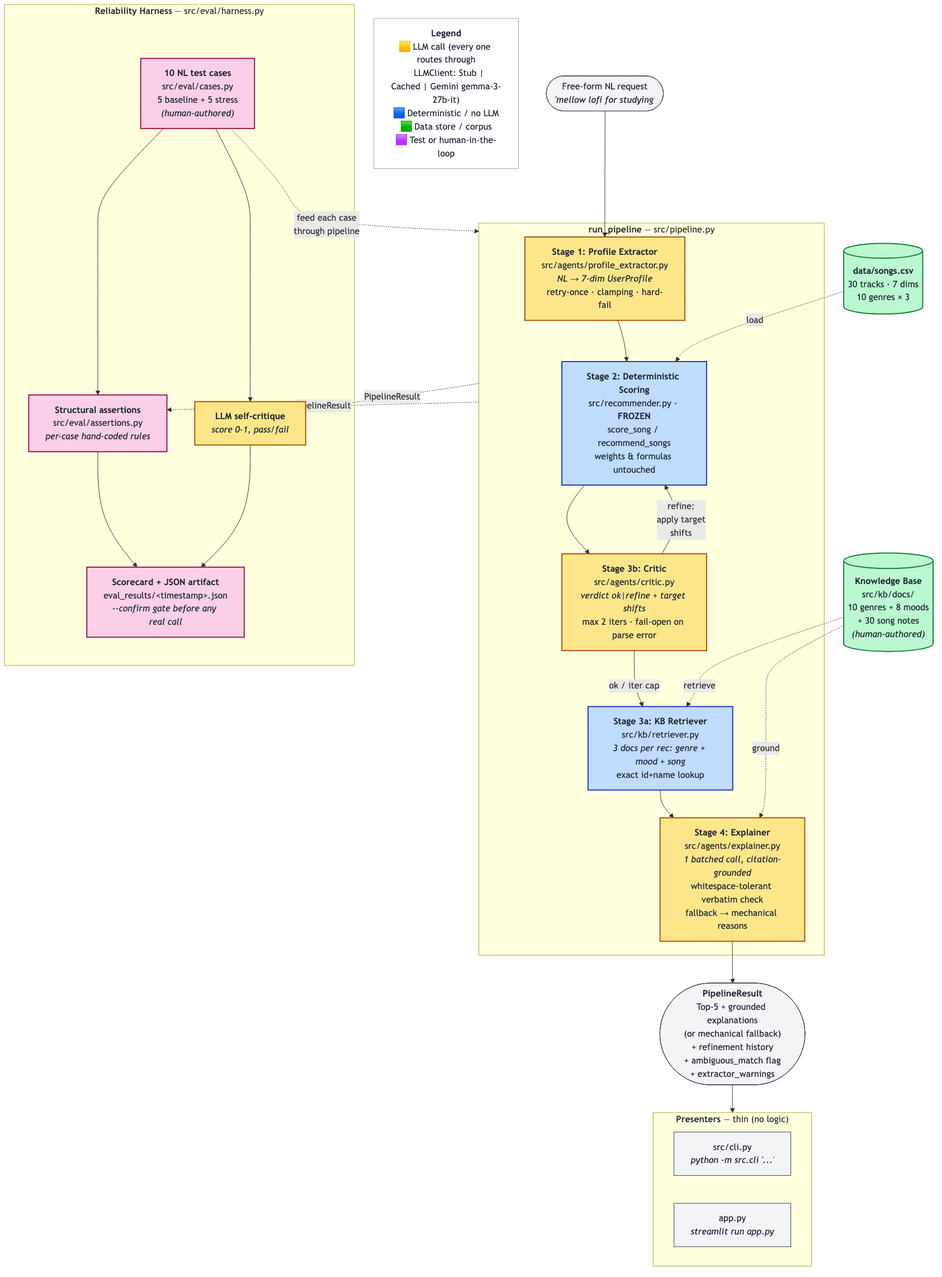
This is assets/architecture.png from codyholm/applied-ai-systems, a Mermaid export, as it was before one commit. Its source is kept beside it as assets/architecture.mmd.
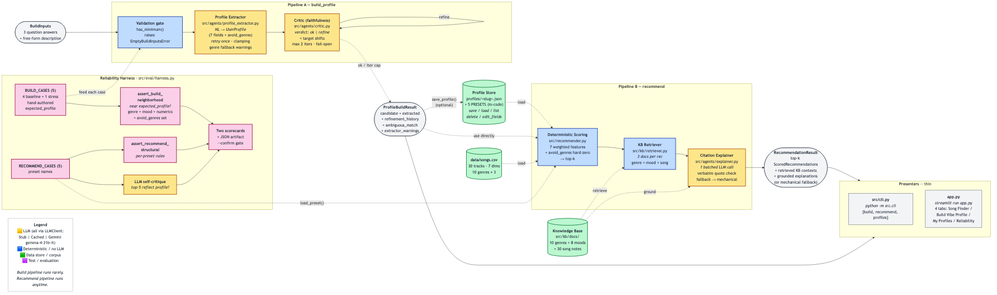
The same file after the commit.

Commit message:
docs(diagram): switch architecture to LR layout; sync legend to Gemma 4 31B

What changed in the source:
```diff
@@ -1,4 +1,4 @@
-flowchart TB
+flowchart LR
     classDef llm fill:#fde68a,stroke:#b45309,stroke-width:2px,color:#1f2937
     classDef det fill:#bfdbfe,stroke:#1e40af,stroke-width:2px,color:#1f2937
     classDef store fill:#bbf7d0,stroke:#15803d,stroke-width:2px,color:#1f2937
@@ -6,54 +6,69 @@
     classDef io fill:#f3f4f6,stroke:#374151,stroke-width:1px,color:#1f2937
     classDef legend fill:#ffffff,stroke:#9ca3af,stroke-width:1px,color:#1f2937
 
-    USER(["Free-form NL request<br/><i>'mellow lofi for studying'</i>"]):::io
 
-    subgraph PIPE ["<b>run_pipeline</b> — src/pipeline.py"]
+    INPUTS(["<b>BuildInputs</b><br/>3 question answers<br/>+ free-form description"]):::io
+
+    subgraph BUILD ["<b>Pipeline A — build_profile</b>"]
       direction TB
-      S1["<b>Stage 1: Profile Extractor</b><br/>src/agents/profile_extractor.py<br/><i>NL → 7-dim UserProfile</i><br/>retry-once · clamping · hard-fail"]:::llm
-      S2["<b>Stage 2: Deterministic Scoring</b><br/>src/recommender.py · <b>FROZEN</b><br/>score_song / recommend_songs<br/>weights & formulas untouched"]:::det
-      S3B["<b>Stage 3b: Critic</b><br/>src/agents/critic.py<br/><i>verdict ok|refine + target shifts</i><br/>max 2 iters · fail-open on parse error"]:::llm
-      S3A["<b>Stage 3a: KB Retriever</b><br/>src/kb/retriever.py<br/><i>3 docs per rec: genre + mood + song</i><br/>exact id+name lookup"]:::det
-      S4["<b>Stage 4: Explainer</b><br/>src/agents/explainer.py<br/><i>1 batched call, citation-grounded</i><br/>whitespace-tolerant verbatim check<br/>fallback → mechanical reasons"]:::llm
-
-      S1 --> S2
-      S2 --> S3B
-      S3B -- "refine:<br/>apply target<br/>shifts" --> S2
-      S3B -- "ok / iter cap" --> S3A
-      S3A --> S4
+      B1["<b>Validation gate</b><br/>has_minimum()<br/>raises EmptyBuildInputsError"]:::det
+      B2["<b>Profile Extractor</b><br/>src/agents/profile_extractor.py<br/><i>NL → UserProfile</i><br/>(7 fields + avoid_genres)<br/>retry-once · clamping<br/>genre fallback warnings"]:::llm
+      B3["<b>Critic (faithfulness)</b><br/>src/agents/critic.py<br/><i>verdict: ok | refine</i><br/>+ target shifts<br/>max 2 iters · fail-open"]:::llm
+      B1 --> B2 --> B3
+      B3 -- "refine" --> B3
     end
 
-    CSV[("<b>data/songs.csv</b><br/>30 tracks · 7 dims<br/>10 genres × 3")]:::store
-    KB[("<b>Knowledge Base</b><br/>src/kb/docs/<br/>10 genres + 8 moods<br/>+ 30 song notes<br/><i>(human-authored)</i>")]:::store
+    BOUT(["<b>ProfileBuildResult</b><br/>candidate + extracted<br/>+ refinement_history<br/>+ ambiguous_match<br/>+ extractor_warnings"]):::io
 
-    OUT(["<b>PipelineResult</b><br/>Top-5 + grounded explanations<br/>(or mechanical fallback)<br/>+ refinement history<br/>+ ambiguous_match flag<br/>+ extractor_warnings"]):::io
+    PROFILES[("<b>Profile Store</b><br/>profiles/&lt;slug&gt;.json<br/>+ 5 PRESETS (in-code)<br/><i>save / load / list<br/>delete / edit_fields</i>")]:::store
 
-    USER --> S1
-    CSV -. "load" .-> S2
-    KB -. "retrieve" .-> S3A
-    KB -. "ground" .-> S4
-    S4 --> OUT
-
-    subgraph PRESENT ["<b>Presenters</b> — thin (no logic)"]
-      direction LR
-      CLI["src/cli.py<br/><i>python -m src.cli '...'</i>"]:::io
-      APP["app.py<br/><i>streamlit run app.py</i>"]:::io
-    end
-    OUT --> PRESENT
-
-    subgraph EVAL ["<b>Reliability Harness</b> — src/eval/harness.py"]
+    subgraph REC ["<b>Pipeline B — recommend</b>"]
       direction TB
-      CASES["<b>10 NL test cases</b><br/>src/eval/cases.py<br/>5 baseline + 5 stress<br/><i>(human-authored)</i>"]:::test
-      ASSERT["<b>Structural assertions</b><br/>src/eval/assertions.py<br/><i>per-case hand-coded rules</i>"]:::test
-      SELF["<b>LLM self-critique</b><br/><i>score 0-1, pass/fail</i>"]:::llm
-      SCARD["<b>Scorecard + JSON artifact</b><br/>eval_results/&lt;timestamp&gt;.json<br/><i>--confirm gate before any real call</i>"]:::test
-
-      CASES --> ASSERT --> SCARD
-      CASES --> SELF --> SCARD
+      R1["<b>Deterministic Scoring</b><br/>src/recommender.py<br/>7 weighted features<br/>+ avoid_genres hard-zero<br/>→ top-k"]:::det
+      R2["<b>KB Retriever</b><br/>src/kb/retriever.py<br/><i>3 docs per rec</i><br/>genre + mood + song"]:::det
+      R3["<b>Citation Explainer</b><br/>src/agents/explainer.py<br/><i>1 batched LLM call</i><br/>verbatim quote check<br/>fallback → mechanical"]:::llm
+      R1 --> R2 --> R3
     end
 
-    CASES -. "feed each case<br/>through pipeline" .-> PIPE
-    PIPE -. "PipelineResult" .-> ASSERT
-    PIPE -. "PipelineResult" .-> SELF
+    ROUT(["<b>RecommendationResult</b><br/>top-k ScoredRecommendations<br/>+ retrieved KB contexts<br/>+ grounded explanations<br/>(or mechanical fallback)"]):::io
 
-    LEGEND["<b>Legend</b><br/>🟨 LLM call (every one routes through<br/>&nbsp;&nbsp;&nbsp;LLMClient: Stub | Cached | Gemini gemma-3-27b-it)<br/>🟦 Deterministic / no LLM<br/>🟩 Data store / corpus<br/>🟪 Test or human-in-the-loop"]:::legend
+    subgraph PRESENT ["<b>Presenters</b> — thin"]
+      direction TB
+      CLI["<b>src/cli.py</b><br/><i>python -m src.cli</i><br/>{build, recommend, profiles}"]:::io
+      APP["<b>app.py</b><br/><i>streamlit run app.py</i><br/>4 tabs: Song Finder /<br/>Build Vibe Profile /<br/>My Profiles / Reliability"]:::io
+    end
+
+    INPUTS --> B1
+    B3 -. "ok / iter cap" .-> BOUT
+    BOUT -. "save_profile()<br/>(optional)" .-> PROFILES
+    PROFILES -. "load" .-> R1
+    BOUT -. "use directly" .-> R1
+    R3 --> ROUT
+    ROUT --> PRESENT
+    BOUT --> PRESENT
+
+
+    CSV[("<b>data/songs.csv</b><br/>30 tracks · 7 dims<br/>10 genres × 3")]:::store
+    KB[("<b>Knowledge Base</b><br/>src/kb/docs/<br/>10 genres + 8 moods<br/>+ 30 song notes")]:::store
+    CSV -. "load" .-> R1
+    KB -. "retrieve" .-> R2
+    KB -. "ground" .-> R3
+
+    subgraph EVAL ["<b>Reliability Harness</b> · src/eval/harness.py"]
+      direction LR
+      BCASES["<b>BUILD_CASES (5)</b><br/>4 baseline + 1 stress<br/>hand-authored<br/>expected_profile"]:::test
+      RCASES["<b>RECOMMEND_CASES (5)</b><br/>preset names"]:::test
+      BASSERT["<b>assert_build_<br/>neighborhood</b><br/><i>near expected_profile?</i><br/>genre + mood + numerics<br/>+ avoid_genres set"]:::test
+      RASSERT["<b>assert_recommend_<br/>structural</b><br/><i>per-preset rules</i>"]:::test
+      SELF["<b>LLM self-critique</b><br/><i>top-5 reflect profile?</i>"]:::llm
+      SCARD["<b>Two scorecards</b><br/>+ JSON artifact<br/>--confirm gate"]:::test
+
+      BCASES --> BASSERT --> SCARD
+      RCASES --> RASSERT --> SCARD
+      RCASES --> SELF --> SCARD
+    end
+
+    BCASES -. "feed each case" .-> B1
+    RCASES -. "load_preset()" .-> R1
+
+    LEGEND["<b>Legend</b><br/>🟨 LLM (all via LLMClient:<br/>Stub | Cached | Gemini gemma-4-31b-it)<br/>🟦 Deterministic / no LLM<br/>🟩 Data store / corpus<br/>🟪 Test / evaluation<br/><br/><i>Build pipeline runs rarely.<br/>Recommend pipeline runs anytime.</i>"]:::legend
```
